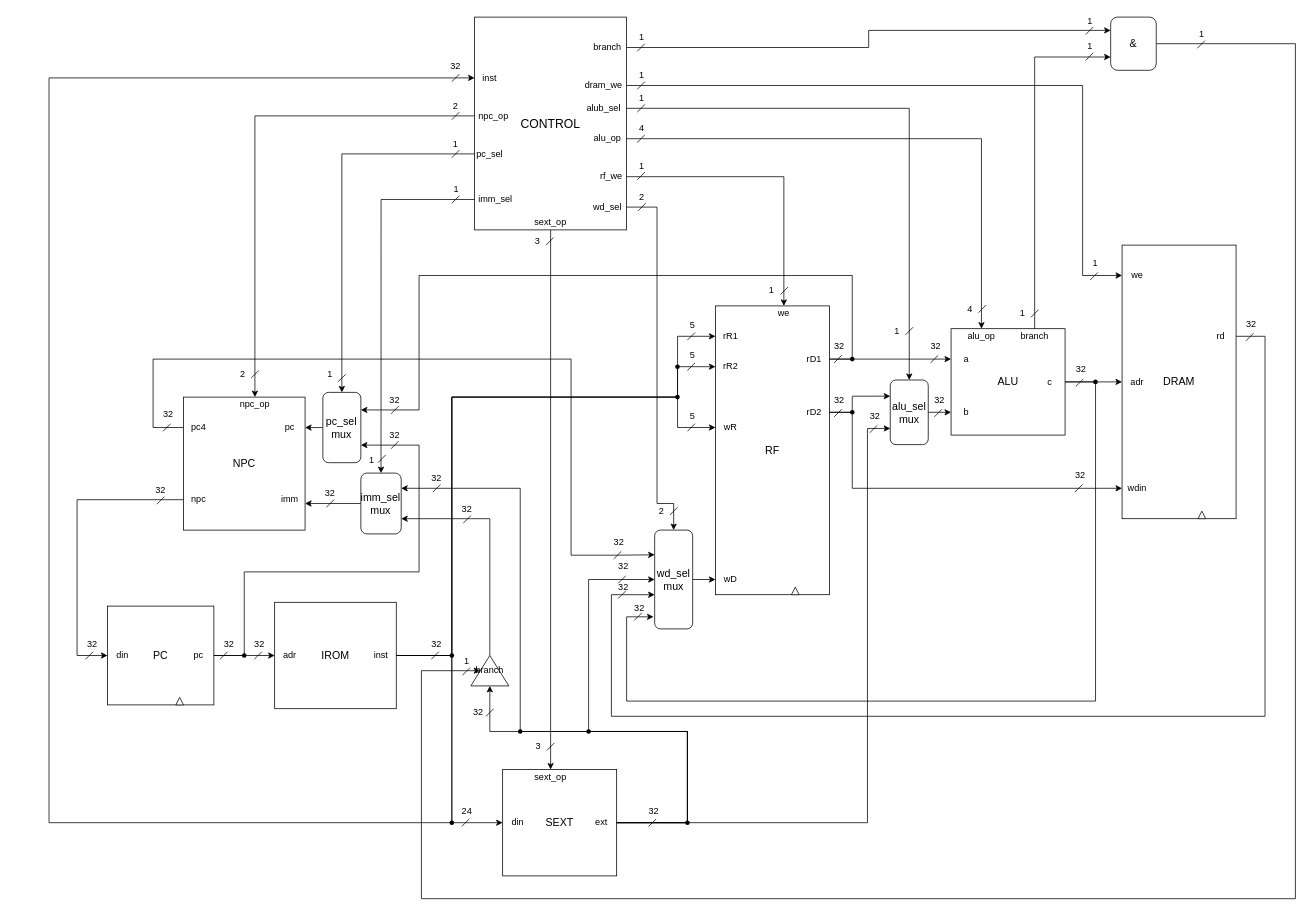
Above: design_file/功能部件连接图.drawio in Charley337/miniRV-1_CPU_Design (draw.io), before the change. Source tidied: cells renumbered, new cells numbered last; positions are measured from the earlier drawing's top-left corner, leaving out a move shared by most shapes. Both pictures are drawn from the tidied source at 76%, with x=0, y=0 at pixel (49, 13).
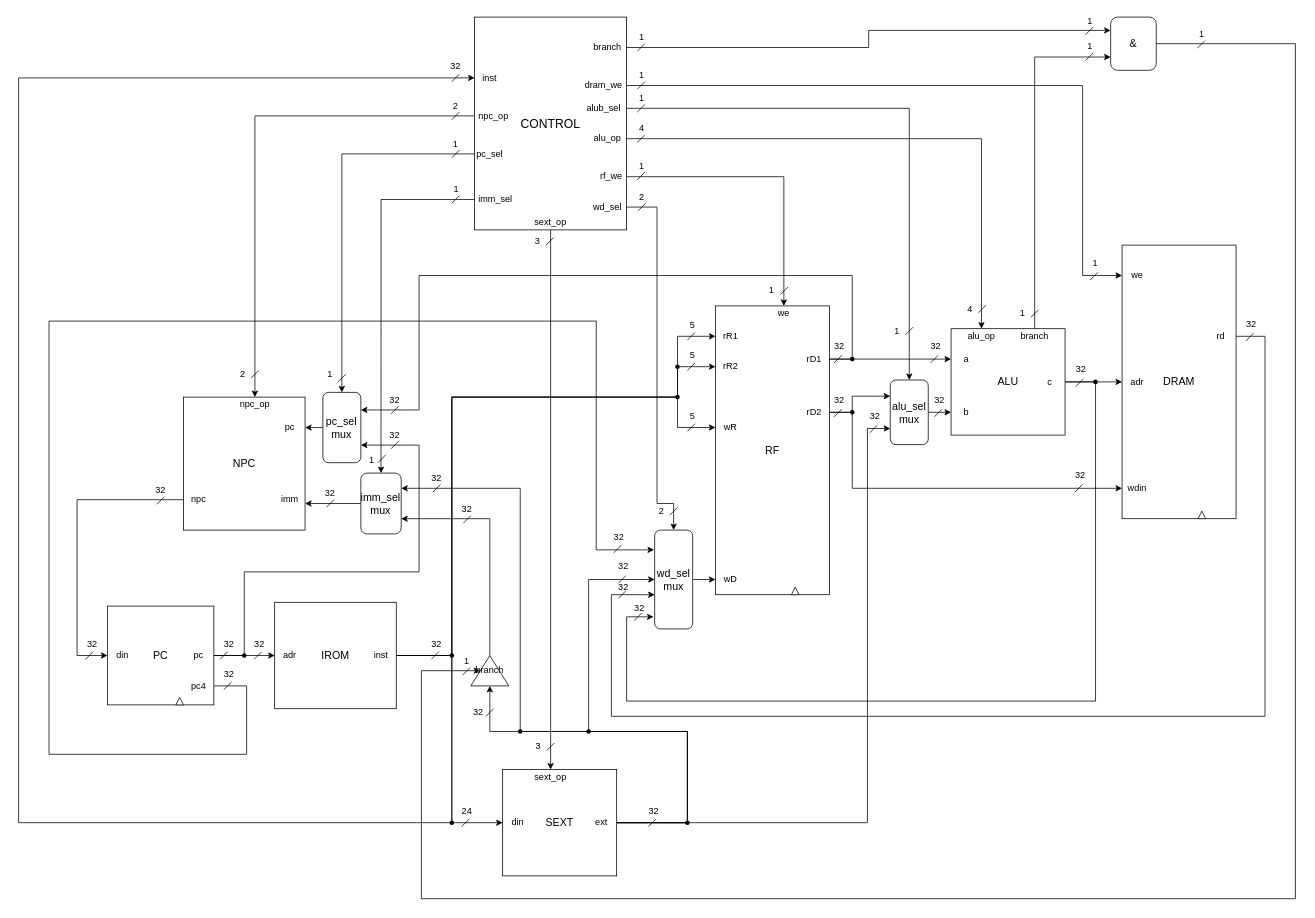
The same diagram, later.

Unchanged cells that the change refers to:
```xml
<mxCell id="29" value="inst" style="text;html=1;strokeColor=none;fillColor=none;align=center;verticalAlign=middle;whiteSpace=wrap;rounded=0;" parent="1" vertex="1">
  <mxGeometry x="416.9" y="835" width="40" height="20" as="geometry" />
</mxCell>
<mxCell id="64" value="&lt;font style=&quot;font-size: 14px&quot;&gt;wd_sel&lt;br&gt;mux&lt;/font&gt;" style="rounded=1;whiteSpace=wrap;html=1;" parent="1" vertex="1">
  <mxGeometry x="796.9" y="680" width="50" height="130" as="geometry" />
</mxCell>
<mxCell id="95" value="inst" style="text;html=1;strokeColor=none;fillColor=none;align=center;verticalAlign=middle;whiteSpace=wrap;rounded=0;" parent="1" vertex="1">
  <mxGeometry x="560" y="75" width="40" height="20" as="geometry" />
</mxCell>
```

The edit, as a diff of the source:
```diff
@@
-    <mxCell id="12" style="edgeStyle=orthogonalEdgeStyle;rounded=0;jettySize=auto;html=1;exitX=0;exitY=0.5;exitDx=0;exitDy=0;entryX=0;entryY=0.25;entryDx=0;entryDy=0;" parent="1" edge="1" source="13" target="64">
-      <mxGeometry relative="1" as="geometry">
-        <Array as="points">
-          <mxPoint x="136.9" y="545" />
-          <mxPoint x="136.9" y="455" />
-          <mxPoint x="686.9" y="455" />
-          <mxPoint x="686.9" y="713" />
-          <mxPoint x="746.9" y="713" />
-        </Array>
-      </mxGeometry>
-    </mxCell>
-    <mxCell id="13" value="pc4" style="text;html=1;strokeColor=none;fillColor=none;align=center;verticalAlign=middle;whiteSpace=wrap;rounded=0;" parent="1" vertex="1">
-      <mxGeometry x="176.9" y="535" width="40" height="20" as="geometry" />
-    </mxCell>
@@
     <mxCell id="28" style="edgeStyle=orthogonalEdgeStyle;rounded=0;jettySize=auto;html=1;exitX=1;exitY=0.5;exitDx=0;exitDy=0;entryX=0;entryY=0.5;entryDx=0;entryDy=0;" parent="1" edge="1" source="29" target="95">
       <mxGeometry relative="1" as="geometry">
         <Array as="points">
           <mxPoint x="530" y="845" />
           <mxPoint x="530" y="1065" />
-          <mxPoint y="1065" />
-          <mxPoint y="85" />
+          <mxPoint x="-40" y="1065" />
+          <mxPoint x="-40" y="85" />
         </Array>
       </mxGeometry>
     </mxCell>
@@
-    <mxCell id="114" style="endArrow=none;html=1;" parent="1" edge="1">
-      <mxGeometry relative="1" as="geometry">
-        <mxPoint x="150" y="550" as="sourcePoint" />
-        <mxPoint x="160" y="540" as="targetPoint" />
-      </mxGeometry>
-    </mxCell>
-    <mxCell id="115" value="32" style="text;html=1;strokeColor=none;fillColor=none;align=center;verticalAlign=middle;whiteSpace=wrap;rounded=0;" parent="1" vertex="1">
-      <mxGeometry x="137" y="518" width="40" height="20" as="geometry" />
-    </mxCell>
@@
-    <mxCell id="150" style="endArrow=none;html=1;" parent="1" edge="1">
-      <mxGeometry relative="1" as="geometry">
-        <mxPoint x="743" y="718" as="sourcePoint" />
-        <mxPoint x="753" y="708" as="targetPoint" />
-      </mxGeometry>
-    </mxCell>
-    <mxCell id="151" value="32" style="text;html=1;strokeColor=none;fillColor=none;align=center;verticalAlign=middle;whiteSpace=wrap;rounded=0;" parent="1" vertex="1">
-      <mxGeometry x="730" y="686" width="40" height="20" as="geometry" />
-    </mxCell>
@@
+    <mxCell id="12" style="edgeStyle=orthogonalEdgeStyle;rounded=0;jettySize=auto;html=1;exitX=1;exitY=0.5;exitDx=0;exitDy=0;entryX=-0.017;entryY=0.2;entryDx=0;entryDy=0;entryPerimeter=0;" parent="1" edge="1" source="13" target="64">
+      <mxGeometry relative="1" as="geometry">
+        <Array as="points">
+          <mxPoint x="260" y="885" />
+          <mxPoint x="260" y="975" />
+          <mxPoint y="975" />
+          <mxPoint y="405" />
+          <mxPoint x="720" y="405" />
+          <mxPoint x="720" y="706" />
+        </Array>
+      </mxGeometry>
+    </mxCell>
+    <mxCell id="13" value="pc4" style="text;html=1;strokeColor=none;fillColor=none;align=center;verticalAlign=middle;whiteSpace=wrap;rounded=0;" parent="1" vertex="1">
+      <mxGeometry x="177" y="875" width="40" height="20" as="geometry" />
+    </mxCell>
+    <mxCell id="214" style="endArrow=none;html=1;" parent="1" edge="1">
+      <mxGeometry relative="1" as="geometry">
+        <mxPoint x="229.9" y="890" as="sourcePoint" />
+        <mxPoint x="239.9" y="880" as="targetPoint" />
+      </mxGeometry>
+    </mxCell>
+    <mxCell id="215" value="32" style="text;html=1;strokeColor=none;fillColor=none;align=center;verticalAlign=middle;whiteSpace=wrap;rounded=0;" parent="1" vertex="1">
+      <mxGeometry x="216.9" y="860" width="40" height="20" as="geometry" />
+    </mxCell>
+    <mxCell id="216" style="endArrow=none;html=1;" parent="1" edge="1">
+      <mxGeometry relative="1" as="geometry">
+        <mxPoint x="743" y="710" as="sourcePoint" />
+        <mxPoint x="753" y="700" as="targetPoint" />
+      </mxGeometry>
+    </mxCell>
+    <mxCell id="217" value="32" style="text;html=1;strokeColor=none;fillColor=none;align=center;verticalAlign=middle;whiteSpace=wrap;rounded=0;" parent="1" vertex="1">
+      <mxGeometry x="730" y="680" width="40" height="20" as="geometry" />
+    </mxCell>
```
